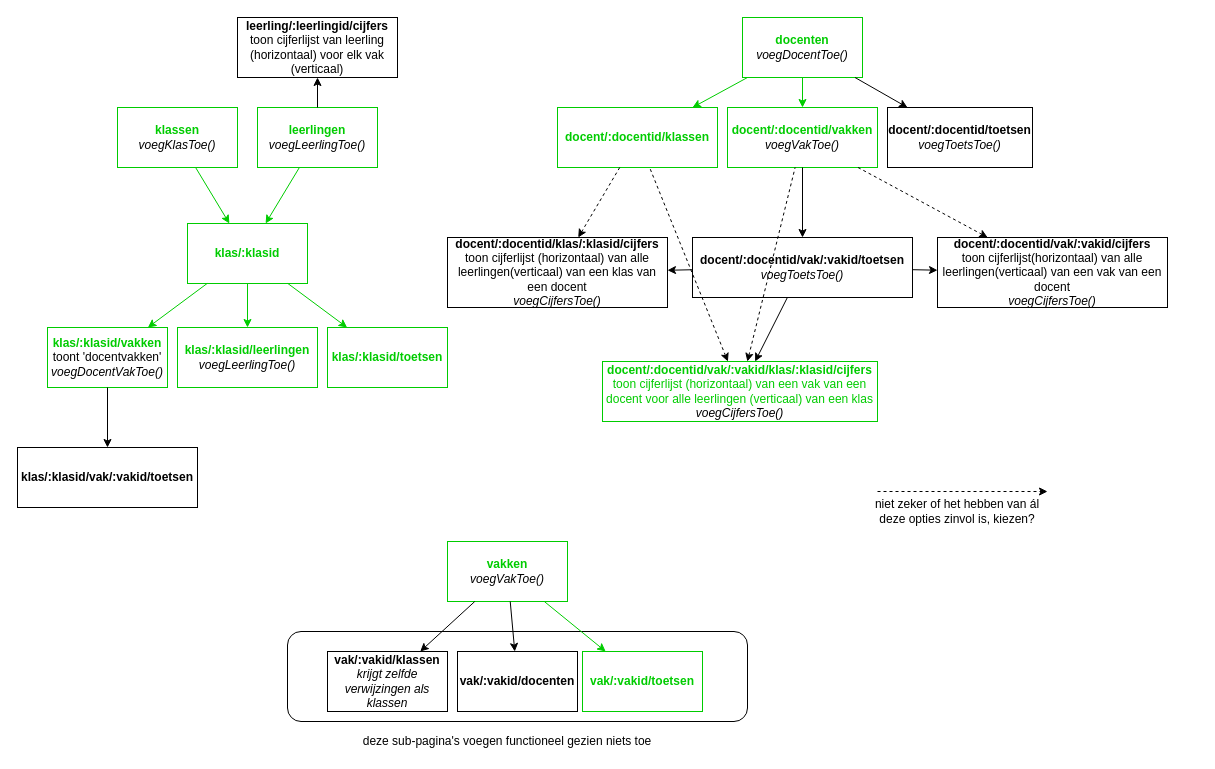
The draw.io diagram CijfersysteemAngular/src/app/StructuurPaginaNavigatie.drawio in Vsvlak/Groepsopdracht-kamer-1-Angular, before the edit. Source tidied: cells renumbered, new cells numbered last; positions are measured from the earlier drawing's top-left corner, leaving out a move shared by most shapes. Both pictures are drawn from the tidied source at 100%, with x=0, y=0 at pixel (17, 17).
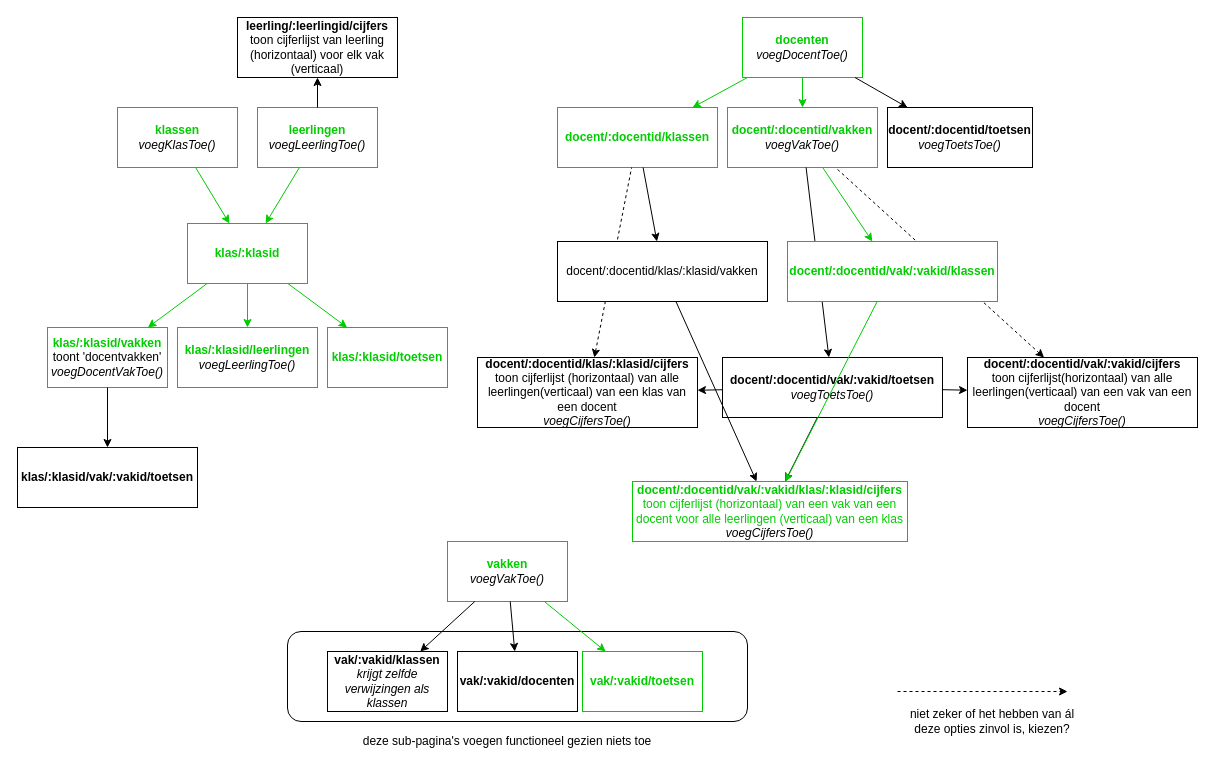
After the change.

Unchanged cells that the change refers to:
```xml
<mxCell id="6" value="&lt;b&gt;&lt;font color=&quot;#00cc00&quot;&gt;docent/:docentid/vakken&lt;br&gt;&lt;/font&gt;&lt;/b&gt;&lt;i&gt;voegVakToe()&lt;/i&gt;" style="rounded=0;whiteSpace=wrap;html=1;strokeColor=#00CC00;" parent="1" vertex="1">
  <mxGeometry x="710" y="90" width="150" height="60" as="geometry" />
</mxCell>
<mxCell id="19" value="&lt;b&gt;&lt;font color=&quot;#00cc00&quot;&gt;docent/:docentid/klassen&lt;/font&gt;&lt;/b&gt;" style="rounded=0;whiteSpace=wrap;html=1;strokeColor=#00CC00;" parent="1" vertex="1">
  <mxGeometry x="540" y="90" width="160" height="60" as="geometry" />
</mxCell>
```

Diff of the diagram source:
```diff
@@
     <mxCell id="17" value="&lt;b&gt;docent/:docentid/vak/:vakid/toetsen&lt;br&gt;&lt;/b&gt;&lt;i&gt;voegToetsToe()&lt;/i&gt;" style="rounded=0;whiteSpace=wrap;html=1;" parent="1" vertex="1">
-      <mxGeometry x="675" y="220" width="220" height="60" as="geometry" />
+      <mxGeometry x="705" y="340" width="220" height="60" as="geometry" />
     </mxCell>
@@
     <mxCell id="22" value="&lt;b&gt;docent/:docentid/klas/:klasid/cijfers&lt;br&gt;&lt;/b&gt;toon cijferlijst (horizontaal) van alle leerlingen(verticaal) van een klas van een docent&lt;br&gt;&lt;i&gt;voegCijfersToe()&lt;/i&gt;" style="rounded=0;whiteSpace=wrap;html=1;" parent="1" vertex="1">
-      <mxGeometry x="430" y="220" width="220" height="70" as="geometry" />
+      <mxGeometry x="460" y="340" width="220" height="70" as="geometry" />
     </mxCell>
@@
     <mxCell id="24" value="&lt;b&gt;docent/:docentid/vak/:vakid/cijfers&lt;br&gt;&lt;/b&gt;toon cijferlijst(horizontaal) van alle leerlingen(verticaal) van een vak van een docent&lt;br&gt;&lt;i&gt;voegCijfersToe()&lt;/i&gt;" style="rounded=0;whiteSpace=wrap;html=1;" parent="1" vertex="1">
-      <mxGeometry x="920" y="220" width="230" height="70" as="geometry" />
+      <mxGeometry x="950" y="340" width="230" height="70" as="geometry" />
     </mxCell>
@@
     <mxCell id="26" value="&lt;font color=&quot;#00cc00&quot;&gt;&lt;b&gt;docent/:docentid/vak/:vakid/klas/:klasid/cijfers&lt;br&gt;&lt;/b&gt;toon cijferlijst (horizontaal) van een vak van een docent voor alle leerlingen (verticaal) van een klas&lt;/font&gt;&lt;br&gt;&lt;i&gt;voegCijfersToe()&lt;/i&gt;" style="rounded=0;whiteSpace=wrap;html=1;strokeColor=#00CC00;" parent="1" vertex="1">
-      <mxGeometry x="585" y="344" width="275" height="60" as="geometry" />
+      <mxGeometry x="615" y="464" width="275" height="60" as="geometry" />
     </mxCell>
-    <mxCell id="27" style="endArrow=none;html=1;startArrow=classic;startFill=1;dashed=1;" parent="1" edge="1" source="26" target="6">
-      <mxGeometry relative="1" as="geometry" />
-    </mxCell>
@@
     <mxCell id="37" style="endArrow=classic;html=1;dashed=1;" parent="1" edge="1">
       <mxGeometry relative="1" as="geometry">
-        <mxPoint x="860" y="474" as="sourcePoint" />
-        <mxPoint x="1030" y="474" as="targetPoint" />
+        <mxPoint x="880" y="674" as="sourcePoint" />
+        <mxPoint x="1050" y="674" as="targetPoint" />
       </mxGeometry>
     </mxCell>
     <mxCell id="38" value="niet zeker of het hebben van ál deze opties zinvol is, kiezen?" style="text;html=1;strokeColor=none;fillColor=none;align=center;verticalAlign=middle;whiteSpace=wrap;rounded=0;" parent="1" vertex="1">
-      <mxGeometry x="845" y="484" width="190" height="20" as="geometry" />
+      <mxGeometry x="880" y="694" width="190" height="20" as="geometry" />
     </mxCell>
@@
-    <mxCell id="46" style="endArrow=none;html=1;startArrow=classic;startFill=1;dashed=1;" parent="1" edge="1" source="26" target="19">
-      <mxGeometry relative="1" as="geometry" />
-    </mxCell>
+    <mxCell id="47" value="&lt;b&gt;&lt;font color=&quot;#00cc00&quot;&gt;docent/:docentid/vak/:vakid/klassen&lt;/font&gt;&lt;/b&gt;" style="rounded=0;whiteSpace=wrap;html=1;strokeColor=#00CC00;" parent="1" vertex="1">
+      <mxGeometry x="770" y="224" width="210" height="60" as="geometry" />
+    </mxCell>
+    <mxCell id="48" value="docent/:docentid/klas/:klasid/vakken" style="rounded=0;whiteSpace=wrap;html=1;" parent="1" vertex="1">
+      <mxGeometry x="540" y="224" width="210" height="60" as="geometry" />
+    </mxCell>
+    <mxCell id="49" style="endArrow=none;html=1;startArrow=classic;startFill=1;strokeColor=#00CC00;" parent="1" edge="1" source="47" target="6">
+      <mxGeometry relative="1" as="geometry" />
+    </mxCell>
+    <mxCell id="50" style="endArrow=none;html=1;startArrow=classic;startFill=1;strokeColor=#00CC00;" parent="1" edge="1" source="26" target="47">
+      <mxGeometry relative="1" as="geometry" />
+    </mxCell>
+    <mxCell id="51" style="endArrow=none;html=1;startArrow=classic;startFill=1;" parent="1" edge="1" source="48" target="19">
+      <mxGeometry relative="1" as="geometry" />
+    </mxCell>
+    <mxCell id="52" style="endArrow=none;html=1;startArrow=classic;startFill=1;" parent="1" edge="1" source="26" target="48">
+      <mxGeometry relative="1" as="geometry" />
+    </mxCell>
```
